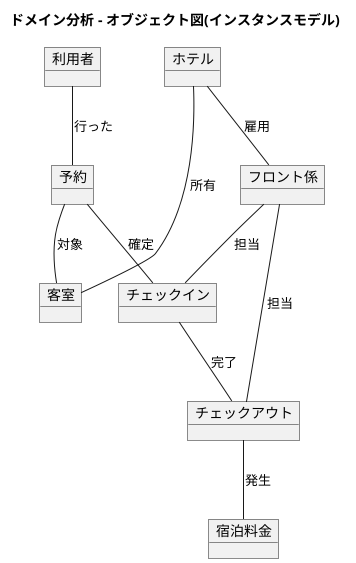
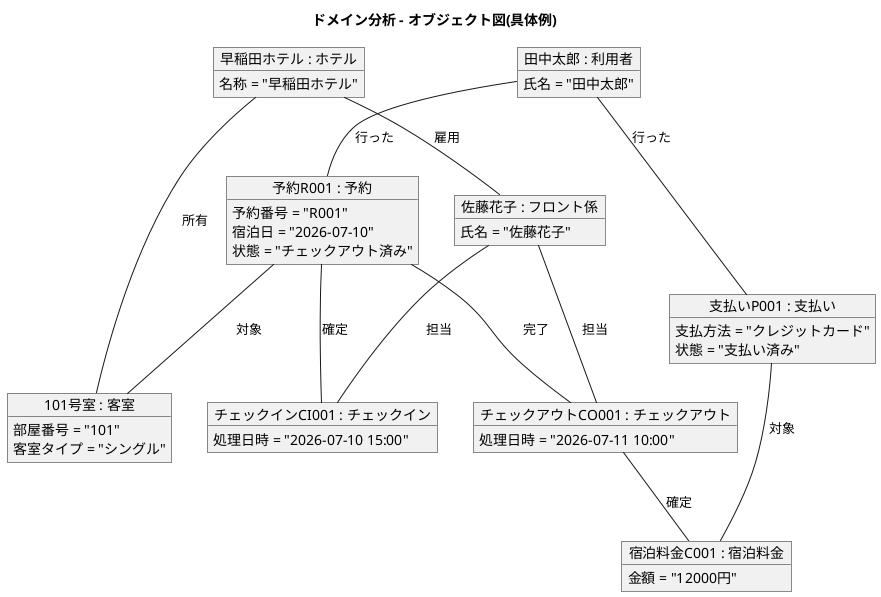
@startuml domain_object_diagram
- title ドメイン分析 - オブジェクト図(インスタンスモデル)
+ title ドメイン分析 - オブジェクト図(具体例)

- object "利用者" as guest
- object "ホテル" as hotel
- object "客室" as room
- object "予約" as reservation
- object "フロント係" as staff
- object "チェックイン" as checkin
- object "チェックアウト" as checkout
- object "宿泊料金" as charge
+ object "田中太郎 : 利用者" as guest {
+   氏名 = "田中太郎"
+ }
+ 
+ object "早稲田ホテル : ホテル" as hotel {
+   名称 = "早稲田ホテル"
+ }
+ 
+ object "101号室 : 客室" as room {
+   部屋番号 = "101"
+   客室タイプ = "シングル"
+ }
+ 
+ object "予約R001 : 予約" as reservation {
+   予約番号 = "R001"
+   宿泊日 = "2026-07-10"
+   状態 = "チェックアウト済み"
+ }
+ 
+ object "佐藤花子 : フロント係" as staff {
+   氏名 = "佐藤花子"
+ }
+ 
+ object "チェックインCI001 : チェックイン" as checkin {
+   処理日時 = "2026-07-10 15:00"
+ }
+ 
+ object "チェックアウトCO001 : チェックアウト" as checkout {
+   処理日時 = "2026-07-11 10:00"
+ }
+ 
+ object "宿泊料金C001 : 宿泊料金" as charge {
+   金額 = "12000円"
+ }
+ 
+ object "支払いP001 : 支払い" as payment {
+   支払方法 = "クレジットカード"
+   状態 = "支払い済み"
+ }

guest -- reservation : 行った
reservation -- room : 対象
hotel -- room : 所有
hotel -- staff : 雇用

reservation -- checkin : 確定
- checkin -- checkout : 完了
+ reservation -- checkout : 完了
staff -- checkin : 担当
staff -- checkout : 担当
- checkout -- charge : 発生
+ checkout -- charge : 確定
+ guest -- payment : 行った
+ payment -- charge : 対象

@enduml
